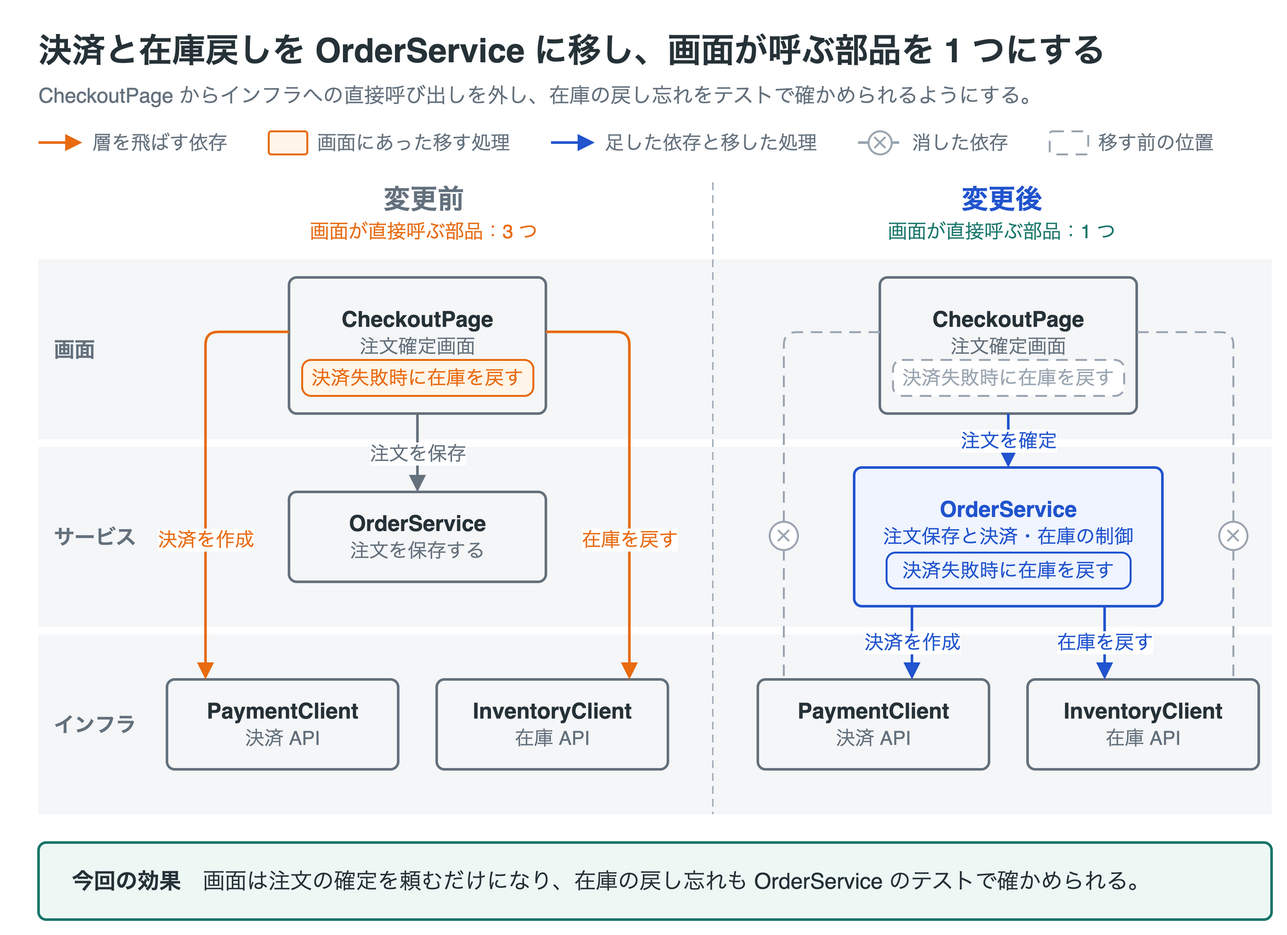
Above: skills/explanatory-diagrams/templates/before-after-split/before-after-split.drawio.png in nntto/skills (draw.io), before the change. Source tidied: cells renumbered, new cells last; positions are measured from the earlier drawing's top-left corner, leaving out a move shared by most shapes.
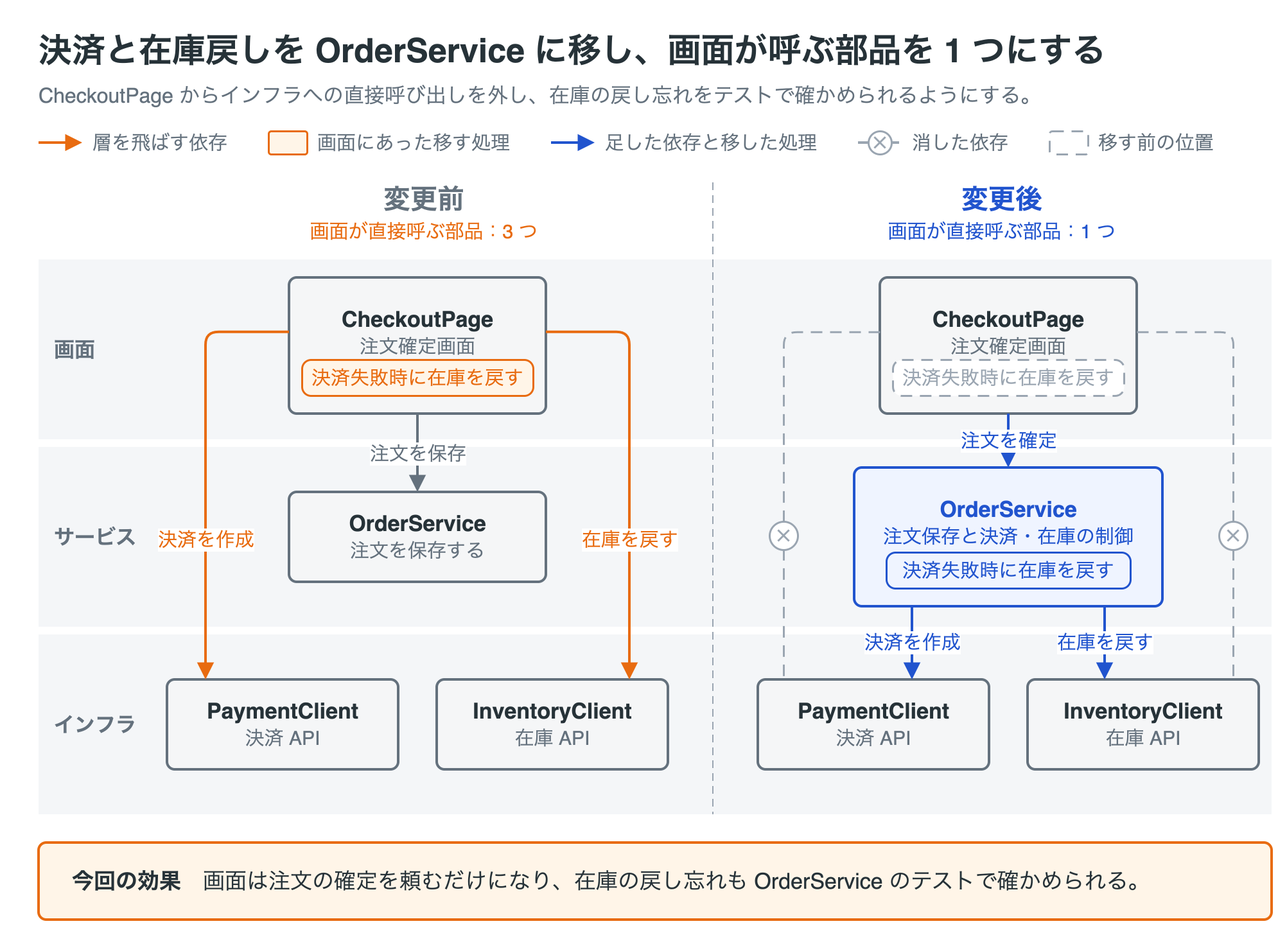
After the change.

What changed in the source:
```diff
@@ -77,7 +77,7 @@
     <mxCell id="23" value="変更後" style="text;html=1;whiteSpace=wrap;fontFamily=Helvetica;fontSize=21;fontColor=#2154ce;align=center;verticalAlign=middle;spacing=0;fontStyle=1;" parent="1" vertex="1">
       <mxGeometry x="550" y="120" width="400" height="30" as="geometry" />
     </mxCell>
-    <mxCell id="24" value="画面が直接呼ぶ部品：1 つ" style="text;html=1;whiteSpace=wrap;fontFamily=Helvetica;fontSize=15;fontColor=#16756a;align=center;verticalAlign=middle;spacing=0;" parent="1" vertex="1">
+    <mxCell id="24" value="画面が直接呼ぶ部品：1 つ" style="text;html=1;whiteSpace=wrap;fontFamily=Helvetica;fontSize=15;fontColor=#2154ce;align=center;verticalAlign=middle;spacing=0;" parent="1" vertex="1">
       <mxGeometry x="550" y="148" width="400" height="24" as="geometry" />
     </mxCell>
     <mxCell id="25" style="edgeStyle=none;rounded=1;html=1;strokeColor=#9aa5b1;strokeWidth=1;endArrow=none;endFill=1;startArrow=none;startFill=1;endSize=8;fontFamily=Helvetica;fontSize=15;fontColor=#9aa5b1;labelBackgroundColor=#ffffff;dashed=1;dashPattern=6 4;" parent="1" edge="1">
@@ -165,7 +165,7 @@
     <mxCell id="46" value="✕" style="ellipse;whiteSpace=wrap;html=1;fillColor=#ffffff;strokeColor=#9aa5b1;strokeWidth=1.5;fontColor=#9aa5b1;fontStyle=1;fontFamily=Helvetica;fontSize=13;spacing=0;" parent="1" vertex="1">
       <mxGeometry x="919" y="386" width="22" height="22" as="geometry" />
     </mxCell>
-    <mxCell id="47" value="&lt;b&gt;今回の効果&lt;/b&gt;　画面は注文の確定を頼むだけになり、在庫の戻し忘れも OrderService のテストで確かめられる。" style="rounded=1;absoluteArcSize=1;arcSize=12;whiteSpace=wrap;html=1;fillColor=#edf8f5;strokeColor=#16756a;strokeWidth=2;fontColor=#263238;fontFamily=Helvetica;fontSize=17;align=left;verticalAlign=middle;spacing=10;spacingLeft=16;" parent="1" vertex="1">
+    <mxCell id="47" value="&lt;b&gt;今回の効果&lt;/b&gt;　画面は注文の確定を頼むだけになり、在庫の戻し忘れも OrderService のテストで確かめられる。" style="rounded=1;absoluteArcSize=1;arcSize=12;whiteSpace=wrap;html=1;fillColor=#fff5e8;strokeColor=#e86b10;strokeWidth=2;fontColor=#263238;fontFamily=Helvetica;fontSize=17;align=left;verticalAlign=middle;spacing=10;spacingLeft=16;" parent="1" vertex="1">
       <mxGeometry y="636" width="960" height="60" as="geometry" />
     </mxCell>
   </root>
```
